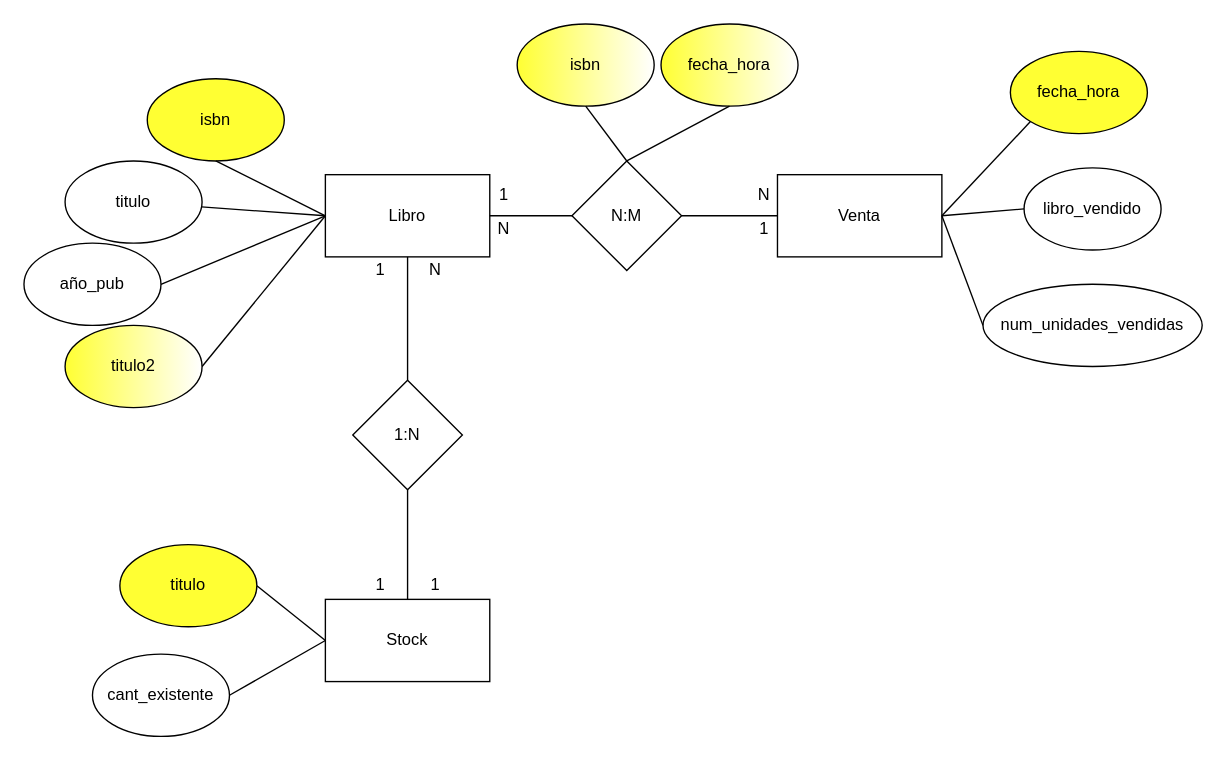
Earlier version of the draw.io diagram ProyectosCiclo2/libros/src/main/java/co/edu/utp/misiontic2022/c2/cdiaz/bookshop/libreria.drawio (coscristian/Ciclo-2---MinTic). Source tidied: cells renumbered, new cells numbered last; positions are measured from the earlier drawing's top-left corner, leaving out a move shared by most shapes. Both pictures are drawn from the tidied source at 137%, with x=0, y=0 at pixel (23, 23).
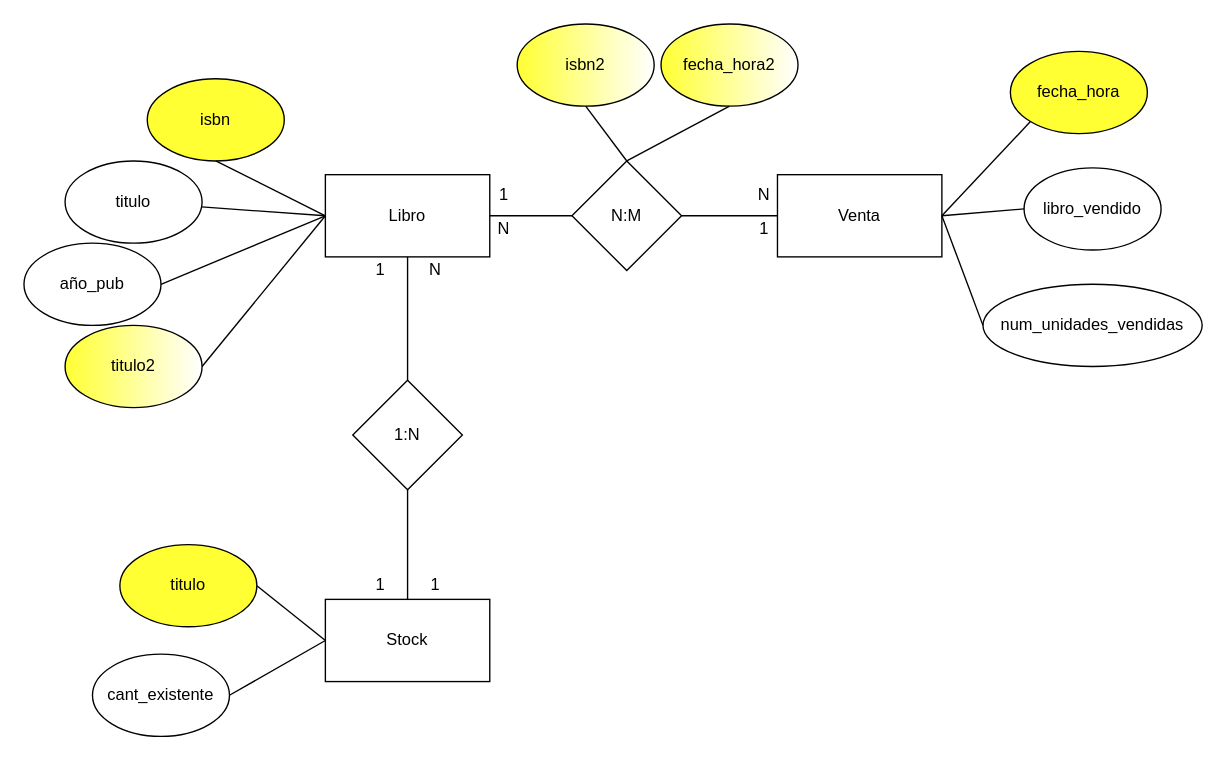
After the change.

Change to the diagram source:
```diff
@@
-    <mxCell id="37" value="isbn" style="ellipse;whiteSpace=wrap;html=1;fillColor=#FFFF33;gradientColor=#FFFFFF;gradientDirection=east;" parent="1" vertex="1">
+    <mxCell id="37" value="isbn2" style="ellipse;whiteSpace=wrap;html=1;fillColor=#FFFF33;gradientColor=#FFFFFF;gradientDirection=east;" parent="1" vertex="1">
       <mxGeometry x="360" width="100" height="60" as="geometry" />
     </mxCell>
-    <mxCell id="38" value="fecha_hora" style="ellipse;whiteSpace=wrap;html=1;fillColor=#FFFF33;gradientColor=#FFFFFF;gradientDirection=east;" parent="1" vertex="1">
+    <mxCell id="38" value="fecha_hora2" style="ellipse;whiteSpace=wrap;html=1;fillColor=#FFFF33;gradientColor=#FFFFFF;gradientDirection=east;" parent="1" vertex="1">
       <mxGeometry x="465" width="100" height="60" as="geometry" />
     </mxCell>
```
